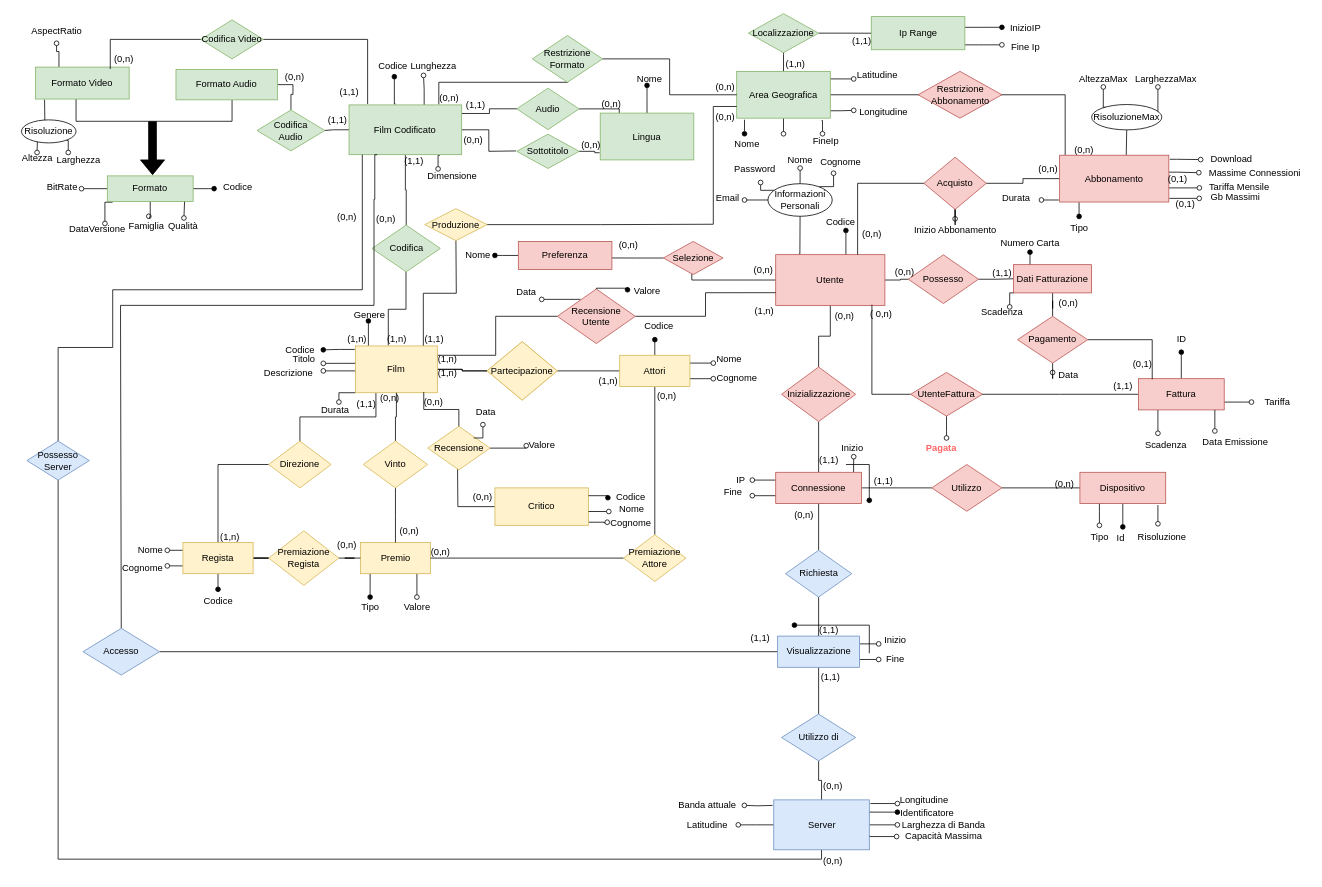
LGranucci/FilmSphere keeps this draw.io diagram as Er non Ristrutturato(2).drawio. Above is the earlier version. Source tidied: cells renumbered, new cells numbered last; positions are measured from the earlier drawing's top-left corner, leaving out a move shared by most shapes. Both pictures are drawn from the tidied source at 78%, with x=0, y=0 at pixel (13, 13).
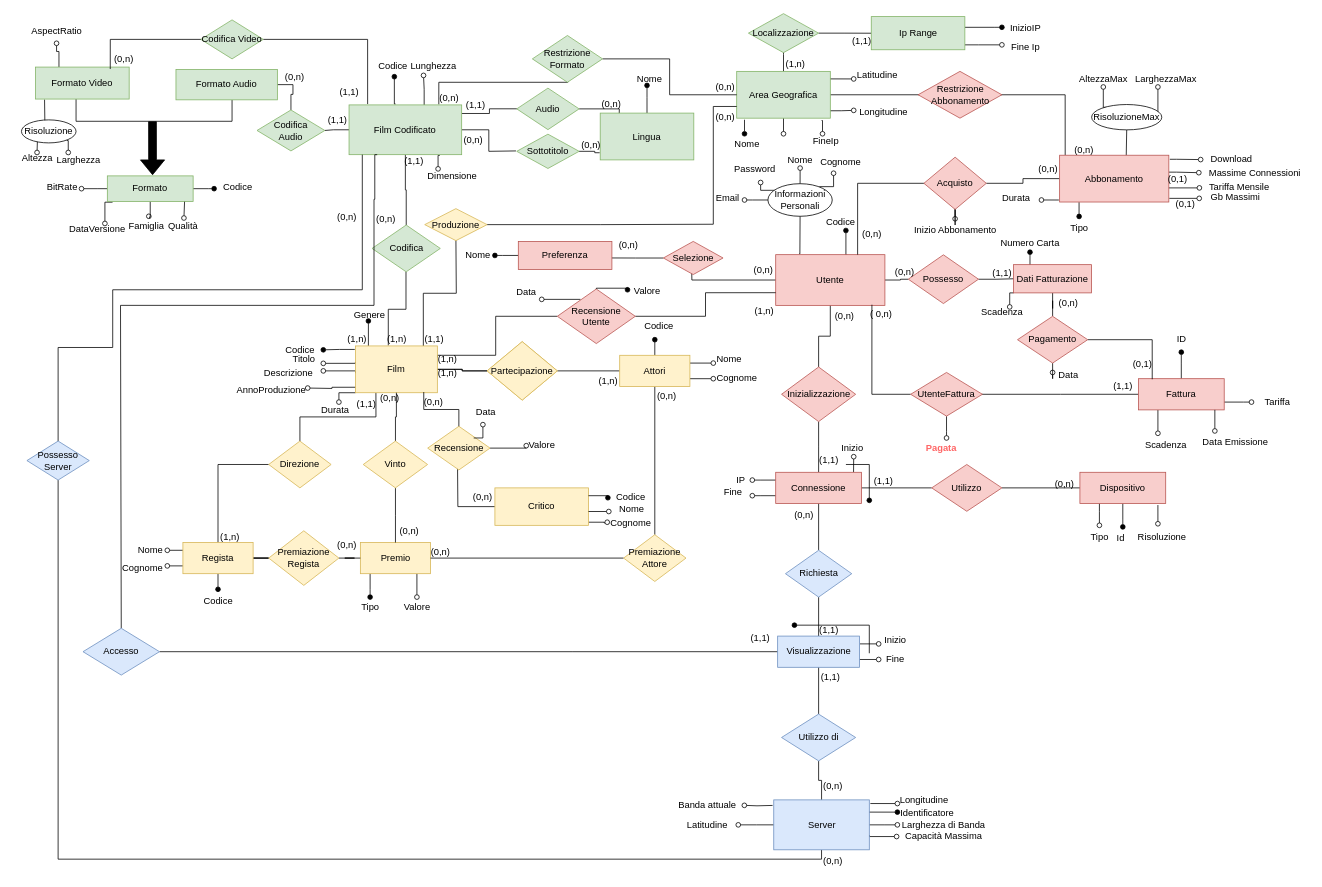
Above is the later version.

Unchanged cells that the change refers to:
```xml
<mxCell id="13" value="&lt;font style=&quot;font-size: 12px;&quot;&gt;Film&lt;/font&gt;" style="rounded=0;whiteSpace=wrap;html=1;fillColor=#fff2cc;strokeColor=#d6b656;" parent="1" vertex="1">
  <mxGeometry x="438.2" y="426" width="105" height="60" as="geometry" />
</mxCell>
```

Change to the diagram source:
```diff
@@
+    <mxCell id="323" style="edgeStyle=orthogonalEdgeStyle;rounded=0;jettySize=auto;html=1;exitX=0.017;exitY=0.883;exitDx=0;exitDy=0;exitPerimeter=0;endArrow=oval;endFill=0;" parent="1" edge="1" source="13">
+      <mxGeometry relative="1" as="geometry">
+        <mxPoint x="377" y="480" as="targetPoint" />
+      </mxGeometry>
+    </mxCell>
@@
+    <mxCell id="324" value="AnnoProduzione" style="text;html=1;align=center;verticalAlign=middle;strokeColor=none;fillColor=none;" parent="1" vertex="1">
+      <mxGeometry x="275" y="468" width="110" height="30" as="geometry" />
+    </mxCell>
```
